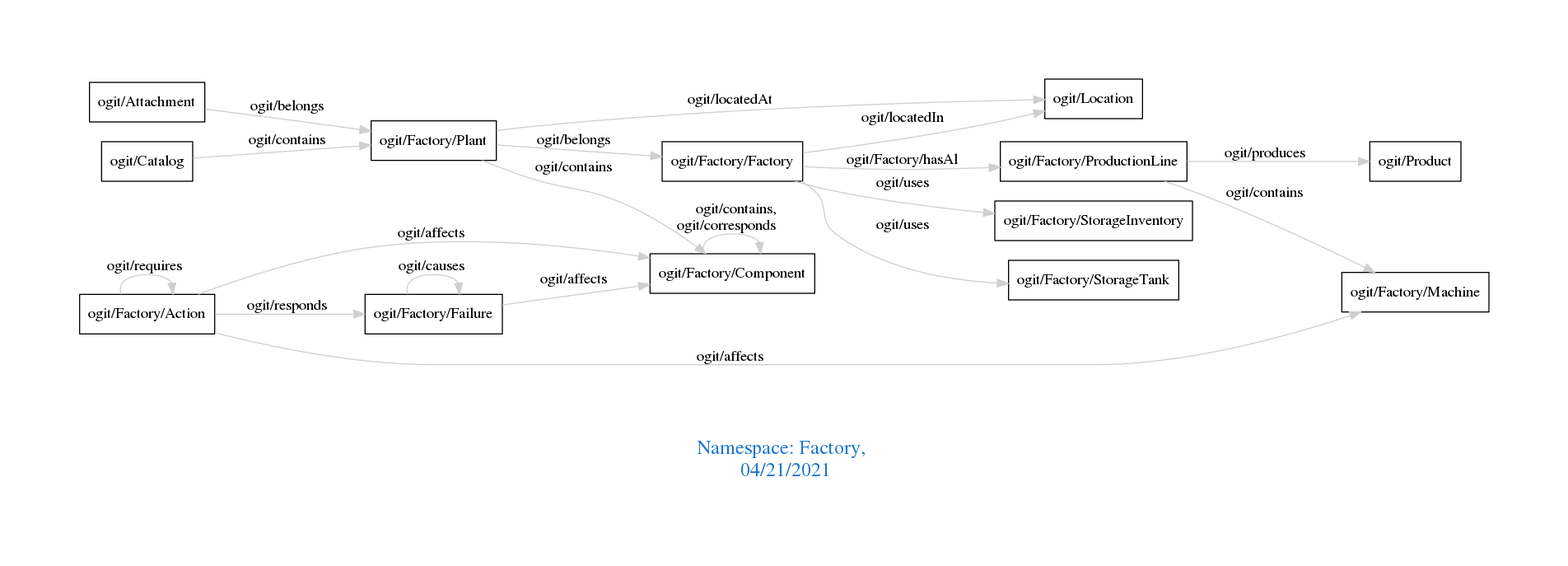
Above: downloads/Factory.png in arago/OGIT (Graphviz), before the change. Its source is kept beside it as downloads/Factory.dot.
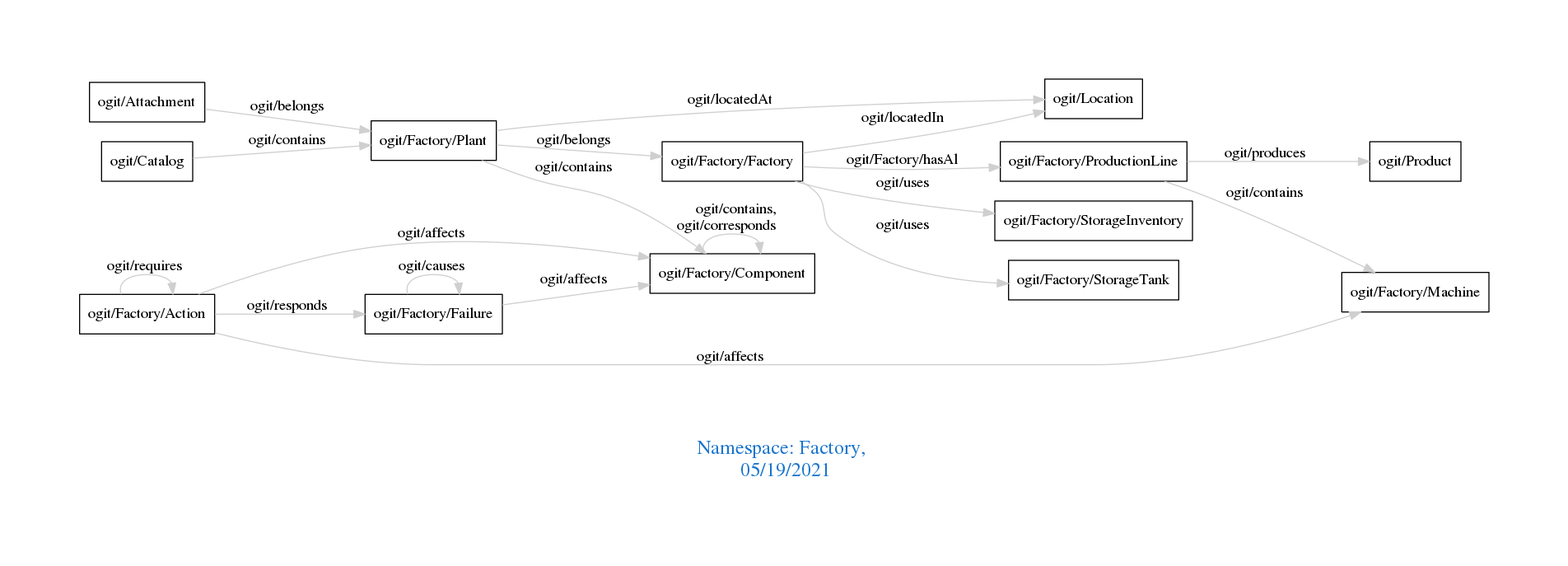
Later version of the same file.

Change to the diagram source:
```diff
@@ -1,7 +1,7 @@
 digraph OGIT_ontology {
  graph [ rankdir= LR,pad=1
 fontsize = 18,
-fontcolor= dodgerblue3,label = "\n\n\nNamespace: Factory, \n 04/21/2021"];
+fontcolor= dodgerblue3,label = "\n\n\nNamespace: Factory, \n 05/19/2021"];
 node[shape=polygon];
 edge [  color="gray81"];
 
```
